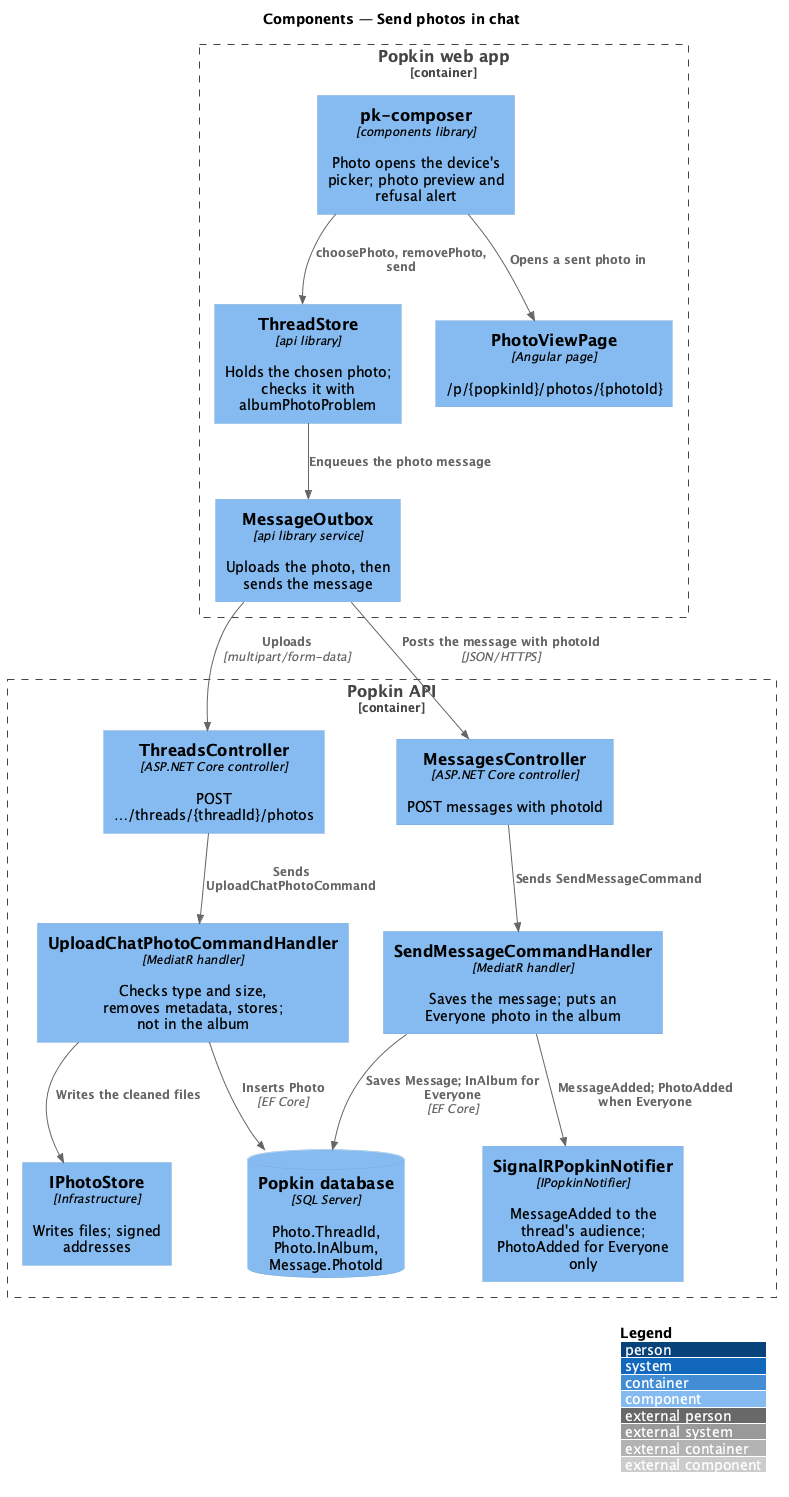
QuinntyneBrown/popkin keeps this PlantUML diagram as docs/detailed-designs/chat/send-photos-in-chat/diagrams/c4-component.png. Above is the earlier version.
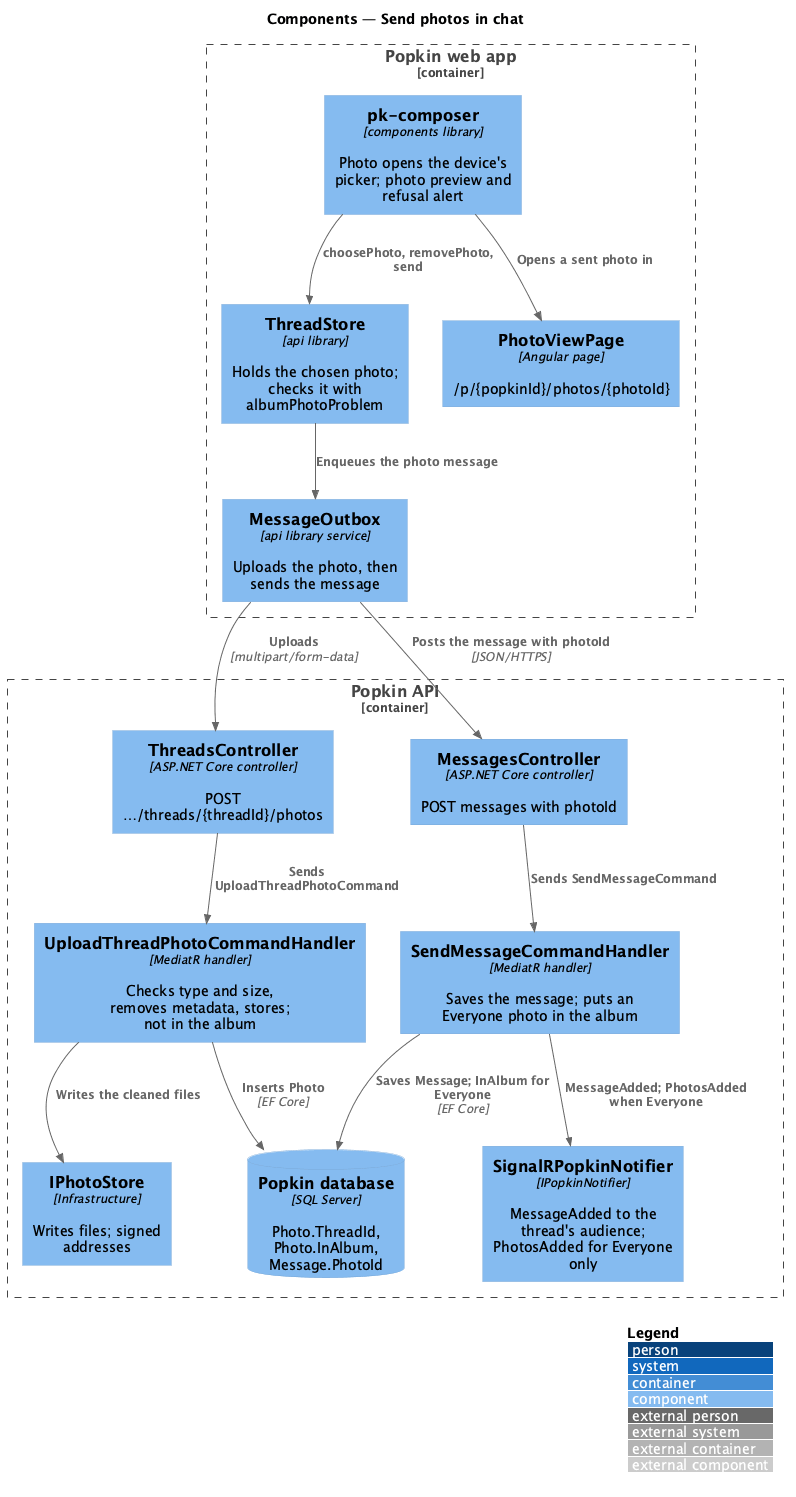
Later version of the same file.

Diff of the diagram source:
```diff
@@ -11,11 +11,11 @@
 }
 Container_Boundary(api, "Popkin API") {
   Component(threads, "ThreadsController", "ASP.NET Core controller", "POST …/threads/{threadId}/photos")
-  Component(upload, "UploadChatPhotoCommandHandler", "MediatR handler", "Checks type and size, removes metadata, stores; not in the album")
+  Component(upload, "UploadThreadPhotoCommandHandler", "MediatR handler", "Checks type and size, removes metadata, stores; not in the album")
   Component(messages, "MessagesController", "ASP.NET Core controller", "POST messages with photoId")
   Component(send, "SendMessageCommandHandler", "MediatR handler", "Saves the message; puts an Everyone photo in the album")
   Component(photostore, "IPhotoStore", "Infrastructure", "Writes files; signed addresses")
-  Component(notifier, "SignalRPopkinNotifier", "IPopkinNotifier", "MessageAdded to the thread's audience; PhotoAdded for Everyone only")
+  Component(notifier, "SignalRPopkinNotifier", "IPopkinNotifier", "MessageAdded to the thread's audience; PhotosAdded for Everyone only")
   ComponentDb(db, "Popkin database", "SQL Server", "Photo.ThreadId, Photo.InAlbum, Message.PhotoId")
 }
 Rel(composer, store, "choosePhoto, removePhoto, send")
@@ -23,10 +23,10 @@
 Rel(composer, viewer, "Opens a sent photo in")
 Rel(outbox, threads, "Uploads", "multipart/form-data")
 Rel(outbox, messages, "Posts the message with photoId", "JSON/HTTPS")
-Rel(threads, upload, "Sends UploadChatPhotoCommand")
+Rel(threads, upload, "Sends UploadThreadPhotoCommand")
 Rel(upload, photostore, "Writes the cleaned files")
 Rel(upload, db, "Inserts Photo", "EF Core")
 Rel(messages, send, "Sends SendMessageCommand")
 Rel(send, db, "Saves Message; InAlbum for Everyone", "EF Core")
-Rel(send, notifier, "MessageAdded; PhotoAdded when Everyone")
+Rel(send, notifier, "MessageAdded; PhotosAdded when Everyone")
 @enduml
```
